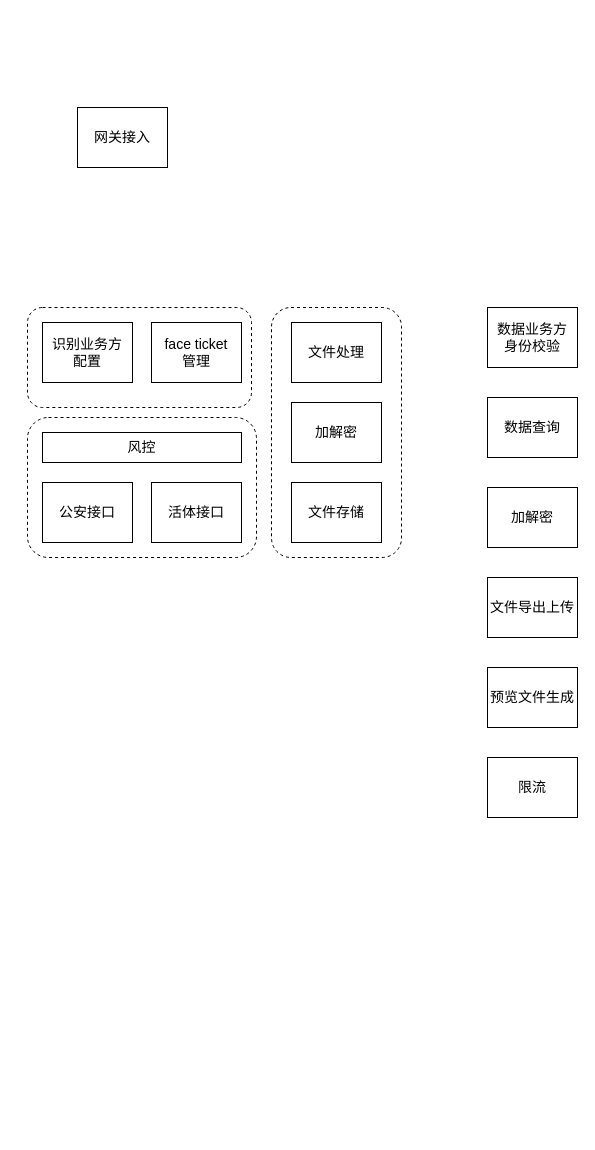
Earlier version of the draw.io diagram 人脸后台模块图.drawio (hua66ForFreedom/JustForTest). Source tidied: cells renumbered, new cells numbered last; positions are measured from the earlier drawing's top-left corner, leaving out a move shared by most shapes. Both pictures are drawn from the tidied source at 100%, with x=0, y=0 at pixel (27, 107).
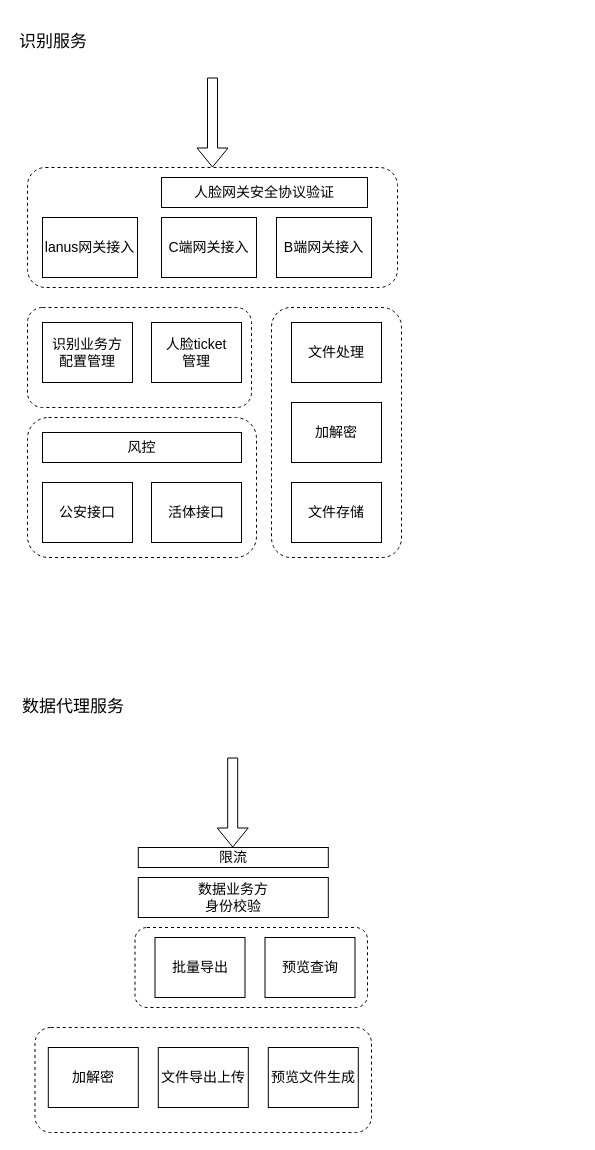
Above is the later version.

Commit message (it also covers changes not shown here):
Update 人脸后台模块图.drawio

Diff of the diagram source:
```diff
@@
+    <mxCell id="20" style="rounded=1;whiteSpace=wrap;html=1;fontSize=14;fillColor=none;dashed=1;strokeWidth=1;" parent="1" vertex="1">
+      <mxGeometry x="107.5" y="820" width="232.5" height="80" as="geometry" />
+    </mxCell>
+    <mxCell id="21" style="rounded=1;whiteSpace=wrap;html=1;fontSize=14;fillColor=none;dashed=1;strokeWidth=1;" parent="1" vertex="1">
+      <mxGeometry x="7.5" y="920" width="336.5" height="105" as="geometry" />
+    </mxCell>
+    <mxCell id="19" style="rounded=1;whiteSpace=wrap;html=1;fontSize=14;fillColor=none;dashed=1;strokeWidth=1;" parent="1" vertex="1">
+      <mxGeometry y="200" width="224" height="100" as="geometry" />
+    </mxCell>
@@
-    <mxCell id="5" value="face ticket&lt;br&gt;管理" style="rounded=0;whiteSpace=wrap;html=1;fontSize=14;" parent="1" vertex="1">
+    <mxCell id="5" value="人脸ticket&lt;br&gt;管理" style="rounded=0;whiteSpace=wrap;html=1;fontSize=14;" parent="1" vertex="1">
       <mxGeometry x="124" y="215" width="90" height="60" as="geometry" />
     </mxCell>
@@
-    <mxCell id="9" value="识别业务方&lt;br&gt;配置" style="rounded=0;whiteSpace=wrap;html=1;fontSize=14;" parent="1" vertex="1">
+    <mxCell id="9" value="识别业务方&lt;br&gt;配置管理" style="rounded=0;whiteSpace=wrap;html=1;fontSize=14;" parent="1" vertex="1">
       <mxGeometry x="15" y="215" width="90" height="60" as="geometry" />
     </mxCell>
     <mxCell id="10" value="数据业务方&lt;br&gt;身份校验" style="rounded=0;whiteSpace=wrap;html=1;fontSize=14;" parent="1" vertex="1">
-      <mxGeometry x="460" y="200" width="90" height="60" as="geometry" />
+      <mxGeometry x="110.8" y="770" width="190" height="40" as="geometry" />
     </mxCell>
-    <mxCell id="11" value="网关接入" style="rounded=0;whiteSpace=wrap;html=1;fontSize=14;" parent="1" vertex="1">
-      <mxGeometry x="50" width="90" height="60" as="geometry" />
+    <mxCell id="11" value="lanus网关接入" style="rounded=0;whiteSpace=wrap;html=1;fontSize=14;" parent="1" vertex="1">
+      <mxGeometry x="15" y="110" width="95" height="60" as="geometry" />
     </mxCell>
-    <mxCell id="12" value="数据查询" style="rounded=0;whiteSpace=wrap;html=1;fontSize=14;" parent="1" vertex="1">
-      <mxGeometry x="460" y="290" width="90" height="60" as="geometry" />
-    </mxCell>
     <mxCell id="13" value="加解密" style="rounded=0;whiteSpace=wrap;html=1;fontSize=14;" parent="1" vertex="1">
-      <mxGeometry x="460" y="380" width="90" height="60" as="geometry" />
+      <mxGeometry x="20.8" y="940" width="90" height="60" as="geometry" />
     </mxCell>
     <mxCell id="14" value="文件导出上传" style="rounded=0;whiteSpace=wrap;html=1;fontSize=14;" parent="1" vertex="1">
-      <mxGeometry x="460" y="470" width="90" height="60" as="geometry" />
+      <mxGeometry x="130.8" y="940" width="90" height="60" as="geometry" />
     </mxCell>
     <mxCell id="15" value="预览文件生成" style="rounded=0;whiteSpace=wrap;html=1;fontSize=14;" parent="1" vertex="1">
-      <mxGeometry x="460" y="560" width="90" height="60" as="geometry" />
+      <mxGeometry x="240.8" y="940" width="90" height="60" as="geometry" />
     </mxCell>
     <mxCell id="16" value="限流" style="rounded=0;whiteSpace=wrap;html=1;fontSize=14;" parent="1" vertex="1">
-      <mxGeometry x="460" y="650" width="90" height="60" as="geometry" />
+      <mxGeometry x="110.8" y="740" width="190" height="20" as="geometry" />
     </mxCell>
@@
-    <mxCell id="19" style="rounded=1;whiteSpace=wrap;html=1;fontSize=14;fillColor=none;dashed=1;strokeWidth=1;" parent="1" vertex="1">
-      <mxGeometry y="200" width="224" height="100" as="geometry" />
-    </mxCell>
+    <mxCell id="22" value="B端网关接入" style="rounded=0;whiteSpace=wrap;html=1;fontSize=14;" parent="1" vertex="1">
+      <mxGeometry x="249" y="110" width="95" height="60" as="geometry" />
+    </mxCell>
+    <mxCell id="23" value="C端网关接入" style="rounded=0;whiteSpace=wrap;html=1;fontSize=14;" parent="1" vertex="1">
+      <mxGeometry x="134" y="110" width="95" height="60" as="geometry" />
+    </mxCell>
+    <mxCell id="24" value="人脸网关安全协议验证" style="rounded=0;whiteSpace=wrap;html=1;fontSize=14;" parent="1" vertex="1">
+      <mxGeometry x="134" y="70" width="206" height="30" as="geometry" />
+    </mxCell>
+    <mxCell id="25" style="rounded=1;whiteSpace=wrap;html=1;fontSize=14;fillColor=none;dashed=1;strokeWidth=1;" parent="1" vertex="1">
+      <mxGeometry y="60" width="370" height="120" as="geometry" />
+    </mxCell>
+    <mxCell id="26" style="shape=flexArrow;endArrow=classic;html=1;fontSize=14;entryX=0.5;entryY=0;entryDx=0;entryDy=0;" parent="1" edge="1" target="25">
+      <mxGeometry relative="1" as="geometry">
+        <mxPoint x="185" y="-30" as="sourcePoint" />
+      </mxGeometry>
+    </mxCell>
+    <mxCell id="27" value="批量导出" style="rounded=0;whiteSpace=wrap;html=1;fontSize=14;" parent="1" vertex="1">
+      <mxGeometry x="127.5" y="830" width="90" height="60" as="geometry" />
+    </mxCell>
+    <mxCell id="28" value="预览查询" style="rounded=0;whiteSpace=wrap;html=1;fontSize=14;" parent="1" vertex="1">
+      <mxGeometry x="237.5" y="830" width="90" height="60" as="geometry" />
+    </mxCell>
+    <mxCell id="29" style="shape=flexArrow;endArrow=classic;html=1;fontSize=14;entryX=0.5;entryY=0;entryDx=0;entryDy=0;" parent="1" edge="1">
+      <mxGeometry relative="1" as="geometry">
+        <mxPoint x="205.2" y="650" as="sourcePoint" />
+        <mxPoint x="205.2" y="740" as="targetPoint" />
+      </mxGeometry>
+    </mxCell>
+    <mxCell id="30" value="数据代理服务" style="text;html=1;strokeColor=none;fillColor=none;align=left;verticalAlign=middle;whiteSpace=wrap;rounded=0;dashed=1;fontSize=17;" parent="1" vertex="1">
+      <mxGeometry x="-7.5" y="580" width="117.5" height="40" as="geometry" />
+    </mxCell>
+    <mxCell id="31" value="识别服务" style="text;html=1;strokeColor=none;fillColor=none;align=left;verticalAlign=middle;whiteSpace=wrap;rounded=0;dashed=1;fontSize=17;" parent="1" vertex="1">
+      <mxGeometry x="-10" y="-90" width="110" height="50" as="geometry" />
+    </mxCell>
```
